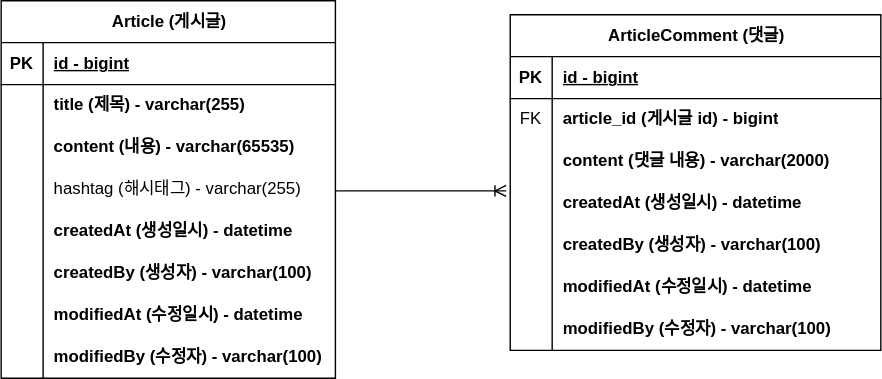
Earlier version of the draw.io export document/project-board-erd.svg (kimyena1123/boardProject). Source tidied: cells renumbered, new cells last; positions are measured from the earlier drawing's top-left corner, leaving out a move shared by most shapes.
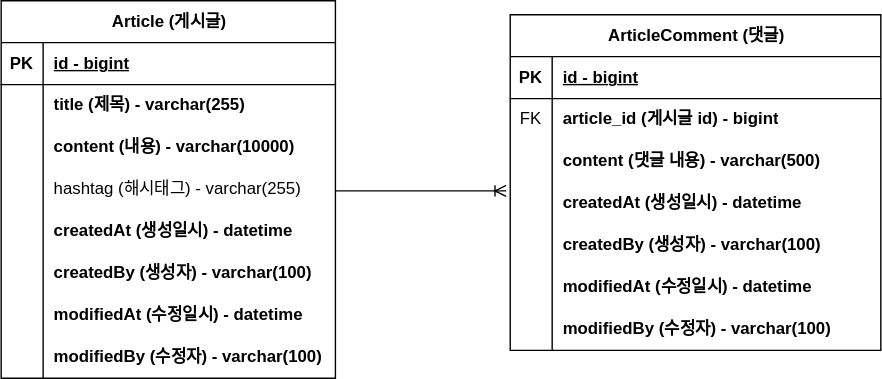
Above is the later version.

Commit message:
#11 - ERD 업데이트: content 사이즈 변경

The edit, as a diff of the source:
```diff
@@ -29,7 +29,7 @@
     <mxCell id="10" style="shape=partialRectangle;fillColor=none;top=0;left=0;bottom=0;right=0;overflow=hidden;whiteSpace=wrap;html=1;" parent="9" vertex="1">
       <mxGeometry width="30" height="30" as="geometry" />
     </mxCell>
-    <mxCell id="11" value="content (내용) - varchar(65535)" style="shape=partialRectangle;fillColor=none;top=0;left=0;bottom=0;right=0;align=left;spacingLeft=6;overflow=hidden;whiteSpace=wrap;html=1;fontStyle=1;" parent="9" vertex="1">
+    <mxCell id="11" value="content (내용) - varchar(10000)" style="shape=partialRectangle;fillColor=none;top=0;left=0;bottom=0;right=0;align=left;spacingLeft=6;overflow=hidden;whiteSpace=wrap;html=1;fontStyle=1;" parent="9" vertex="1">
       <mxGeometry x="30" width="209" height="30" as="geometry" />
     </mxCell>
     <mxCell id="12" style="shape=tableRow;horizontal=0;startSize=0;swimlaneHead=0;swimlaneBody=0;fillColor=none;top=0;left=0;right=0;bottom=0;" parent="2" vertex="1">
@@ -104,7 +104,7 @@
     <mxCell id="35" style="shape=partialRectangle;fillColor=none;top=0;left=0;bottom=0;right=0;overflow=hidden;whiteSpace=wrap;html=1;" parent="34" vertex="1">
       <mxGeometry width="30" height="30" as="geometry" />
     </mxCell>
-    <mxCell id="36" value="content (댓글 내용) - varchar(2000)" style="shape=partialRectangle;fillColor=none;top=0;left=0;bottom=0;right=0;align=left;spacingLeft=6;overflow=hidden;whiteSpace=wrap;html=1;fontStyle=1;" parent="34" vertex="1">
+    <mxCell id="36" value="content (댓글 내용) - varchar(500)" style="shape=partialRectangle;fillColor=none;top=0;left=0;bottom=0;right=0;align=left;spacingLeft=6;overflow=hidden;whiteSpace=wrap;html=1;fontStyle=1;" parent="34" vertex="1">
       <mxGeometry x="30" width="235" height="30" as="geometry" />
     </mxCell>
     <mxCell id="37" style="shape=tableRow;horizontal=0;startSize=0;swimlaneHead=0;swimlaneBody=0;fillColor=none;points=[[0,0.5],[1,0.5]];portConstraint=eastwest;top=0;left=0;right=0;bottom=0;" parent="27" vertex="1">
```
